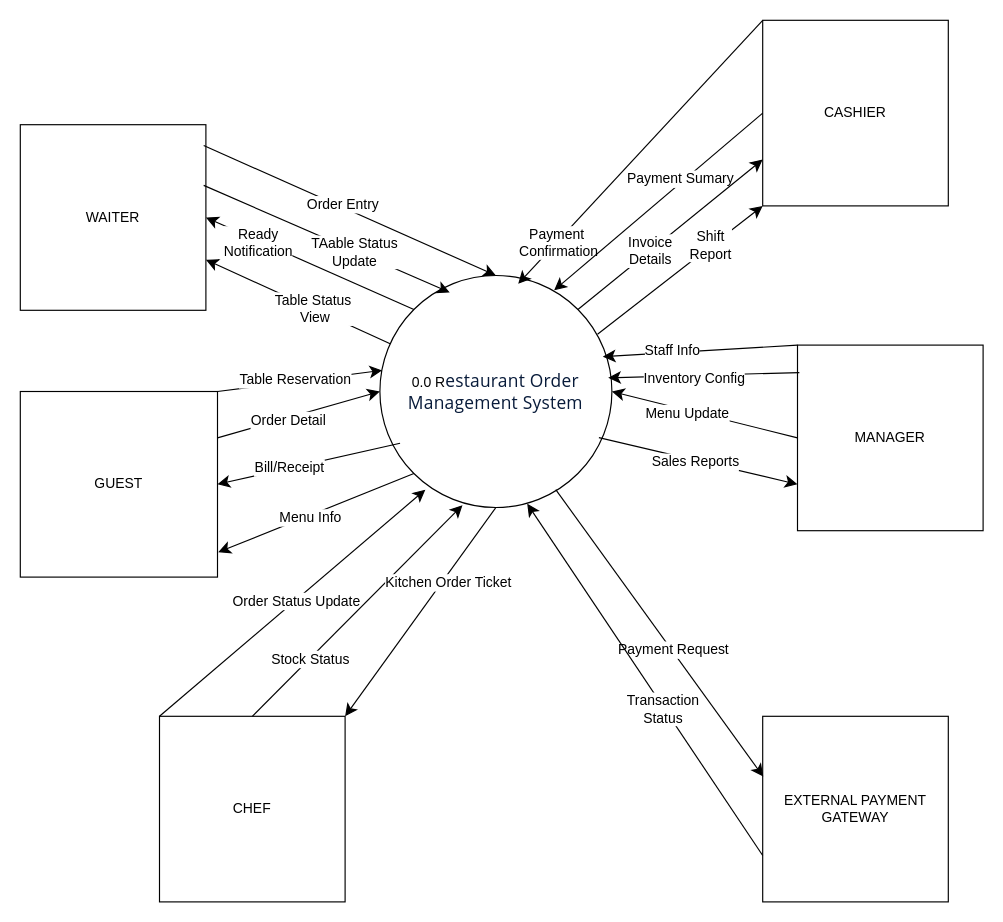
This is DFD LV0.drawio from hoangda24312/Restaurant-Management-Group-Project, a draw.io file, before an edit. Source tidied: cells renumbered, new cells numbered last; positions are measured from the earlier drawing's top-left corner, leaving out a move shared by most shapes. Both pictures are drawn from the tidied source at 116%, with x=0, y=0 at pixel (20, 20).
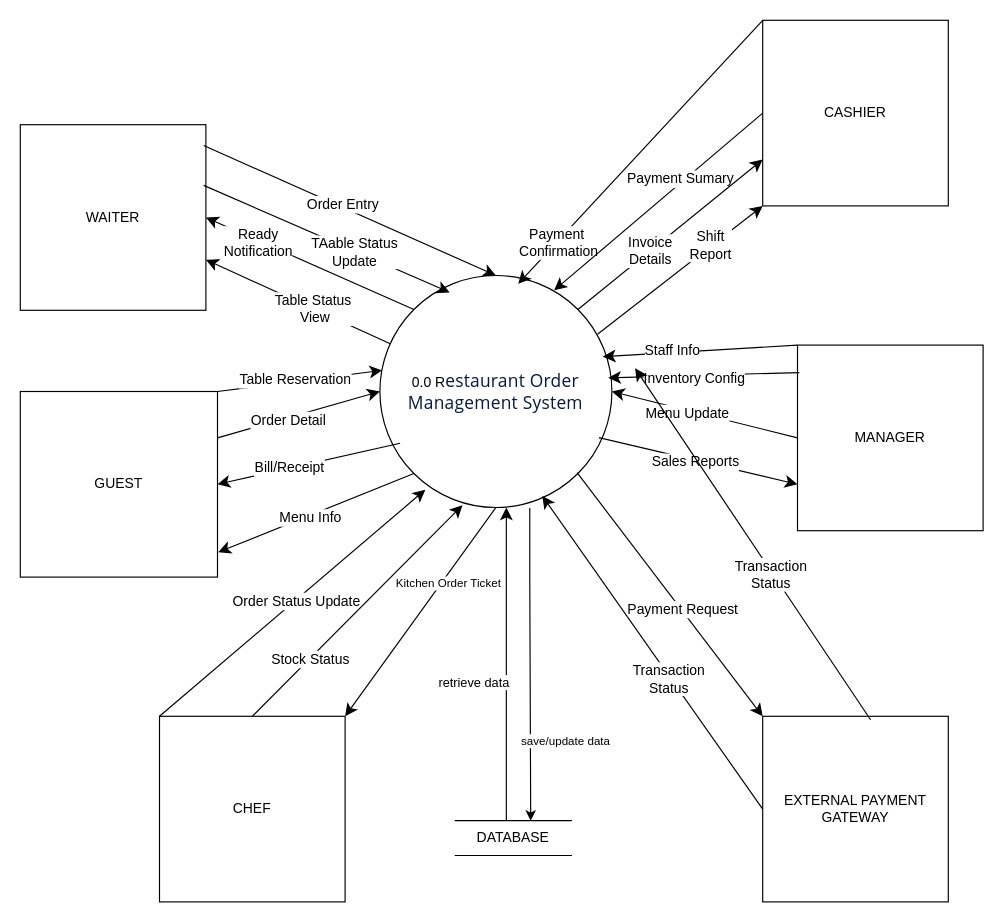
The same diagram, later.

Commit message:
+ them database

The change refers to these unchanged cells:
```xml
<mxCell id="7" value="EXTERNAL PAYMENT&lt;div&gt;GATEWAY&lt;/div&gt;" style="rounded=0;whiteSpace=wrap;html=1;" parent="1" vertex="1">
  <mxGeometry x="640" y="600" width="160" height="160" as="geometry" />
</mxCell>
<mxCell id="10" value="0.0 R&lt;span style=&quot;color: rgb(8, 27, 58); font-family: SegoeuiPc, &amp;quot;Segoe UI&amp;quot;, &amp;quot;San Francisco&amp;quot;, &amp;quot;Helvetica Neue&amp;quot;, Helvetica, &amp;quot;Lucida Grande&amp;quot;, Roboto, Ubuntu, Tahoma, &amp;quot;Microsoft Sans Serif&amp;quot;, Arial, sans-serif; font-size: 15px; letter-spacing: 0.2px; text-align: start; white-space-collapse: preserve; background-color: rgb(255, 255, 255);&quot;&gt;estaurant Order Management System&lt;/span&gt;" style="ellipse;whiteSpace=wrap;html=1;" parent="1" vertex="1">
  <mxGeometry x="310" y="220" width="200" height="200" as="geometry" />
</mxCell>
<mxCell id="35" style="endArrow=classic;html=1;rounded=0;fontSize=12;startSize=8;endSize=8;curved=1;exitX=0.5;exitY=1;exitDx=0;exitDy=0;entryX=1;entryY=0;entryDx=0;entryDy=0;" parent="1" edge="1" source="10" target="4">
  <mxGeometry relative="1" as="geometry" />
</mxCell>
```

What changed in the source:
```diff
@@
+    <mxCell id="51" style="edgeStyle=orthogonalEdgeStyle;rounded=0;jettySize=auto;html=1;entryX=0.75;entryY=0;entryDx=0;entryDy=0;exitX=0.646;exitY=1.002;exitDx=0;exitDy=0;exitPerimeter=0;" parent="1" edge="1" source="10">
+      <mxGeometry relative="1" as="geometry">
+        <mxPoint x="440" y="690" as="targetPoint" />
+        <Array as="points">
+          <mxPoint x="439" y="480" />
+          <mxPoint x="440" y="480" />
+        </Array>
+      </mxGeometry>
+    </mxCell>
+    <mxCell id="52" value="save/update data" style="edgeLabel;html=1;align=center;verticalAlign=middle;fontSize=10;" parent="51" vertex="1">
+      <mxGeometry x="0.48" y="2" relative="1" as="geometry">
+        <mxPoint x="28" as="offset" />
+      </mxGeometry>
+    </mxCell>
@@
-    <mxCell id="19" style="endArrow=classic;html=1;rounded=0;fontSize=12;startSize=8;endSize=8;curved=1;exitX=0.758;exitY=0.923;exitDx=0;exitDy=0;exitPerimeter=0;entryX=0.003;entryY=0.325;entryDx=0;entryDy=0;entryPerimeter=0;" parent="1" edge="1" source="10" target="7">
-      <mxGeometry relative="1" as="geometry" />
+    <mxCell id="19" style="endArrow=classic;html=1;rounded=0;fontSize=12;startSize=8;endSize=8;curved=1;exitX=0.758;exitY=0.923;exitDx=0;exitDy=0;exitPerimeter=0;entryX=0;entryY=0;entryDx=0;entryDy=0;" parent="1" edge="1" target="7">
+      <mxGeometry relative="1" as="geometry">
+        <mxPoint x="480" y="390" as="sourcePoint" />
+      </mxGeometry>
     </mxCell>
@@
-    <mxCell id="36" value="Kitchen Order Ticket" style="edgeLabel;html=1;align=center;verticalAlign=middle;fontSize=12;" parent="35" vertex="1">
+    <mxCell id="36" value="Kitchen Order Ticket" style="edgeLabel;html=1;align=center;verticalAlign=middle;fontSize=10;" parent="35" vertex="1">
       <mxGeometry x="-0.31" y="4" relative="1" as="geometry" />
     </mxCell>
@@
-    <mxCell id="49" style="endArrow=classic;html=1;rounded=0;fontSize=12;startSize=8;endSize=8;curved=1;exitX=0;exitY=0.75;exitDx=0;exitDy=0;entryX=0.635;entryY=0.984;entryDx=0;entryDy=0;entryPerimeter=0;" parent="1" edge="1" source="7" target="10">
-      <mxGeometry relative="1" as="geometry" />
+    <mxCell id="49" style="endArrow=classic;html=1;rounded=0;fontSize=12;startSize=8;endSize=8;curved=1;exitX=0;exitY=0.5;exitDx=0;exitDy=0;entryX=0.635;entryY=0.984;entryDx=0;entryDy=0;entryPerimeter=0;" parent="1" edge="1" source="7">
+      <mxGeometry relative="1" as="geometry">
+        <mxPoint x="450" y="410" as="targetPoint" />
+      </mxGeometry>
     </mxCell>
@@
+    <mxCell id="53" style="endArrow=classic;html=1;rounded=0;fontSize=12;startSize=8;endSize=8;curved=1;exitX=0;exitY=0.75;exitDx=0;exitDy=0;entryX=0.635;entryY=0.984;entryDx=0;entryDy=0;entryPerimeter=0;" parent="1" edge="1">
+      <mxGeometry relative="1" as="geometry">
+        <mxPoint x="733" y="603" as="sourcePoint" />
+        <mxPoint x="530" y="300" as="targetPoint" />
+      </mxGeometry>
+    </mxCell>
+    <mxCell id="54" value="Transaction&lt;div&gt;Status&lt;/div&gt;" style="edgeLabel;html=1;align=center;verticalAlign=middle;fontSize=12;" parent="53" vertex="1">
+      <mxGeometry x="-0.16" y="2" relative="1" as="geometry" />
+    </mxCell>
+    <mxCell id="55" value="DATABASE" style="html=1;dashed=0;whiteSpace=wrap;shape=partialRectangle;right=0;left=0;" parent="1" vertex="1">
+      <mxGeometry x="375" y="690" width="100" height="30" as="geometry" />
+    </mxCell>
+    <mxCell id="56" style="edgeStyle=orthogonalEdgeStyle;rounded=0;jettySize=auto;html=1;entryX=0.545;entryY=1;entryDx=0;entryDy=0;entryPerimeter=0;endSize=8;" parent="1" edge="1" source="55" target="10">
+      <mxGeometry relative="1" as="geometry">
+        <Array as="points">
+          <mxPoint x="419" y="620" />
+          <mxPoint x="419" y="620" />
+        </Array>
+      </mxGeometry>
+    </mxCell>
+    <mxCell id="57" value="retrieve data" style="edgeLabel;html=1;align=center;verticalAlign=middle;" parent="56" vertex="1">
+      <mxGeometry x="-0.06" y="3" relative="1" as="geometry">
+        <mxPoint x="-26" y="7" as="offset" />
+      </mxGeometry>
+    </mxCell>
```
